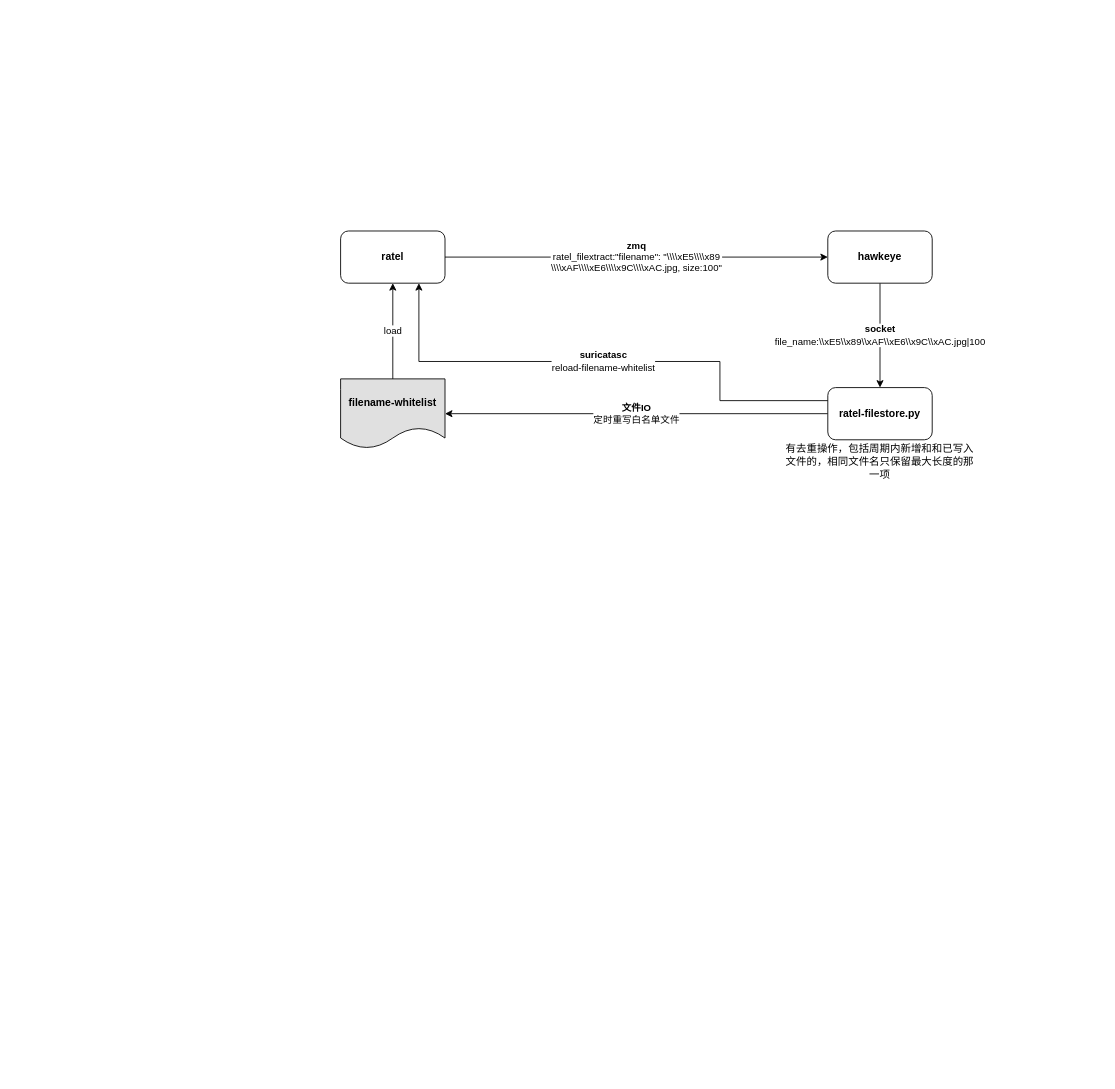
Before: 文件名白名单.drawio in HelloError92/draw.io-files, a draw.io diagram. Source tidied: cells renumbered, new cells numbered last; positions are measured from the earlier drawing's top-left corner, leaving out a move shared by most shapes. Both pictures are drawn from the tidied source at 87%, with x=0, y=0 at pixel (340, 231).
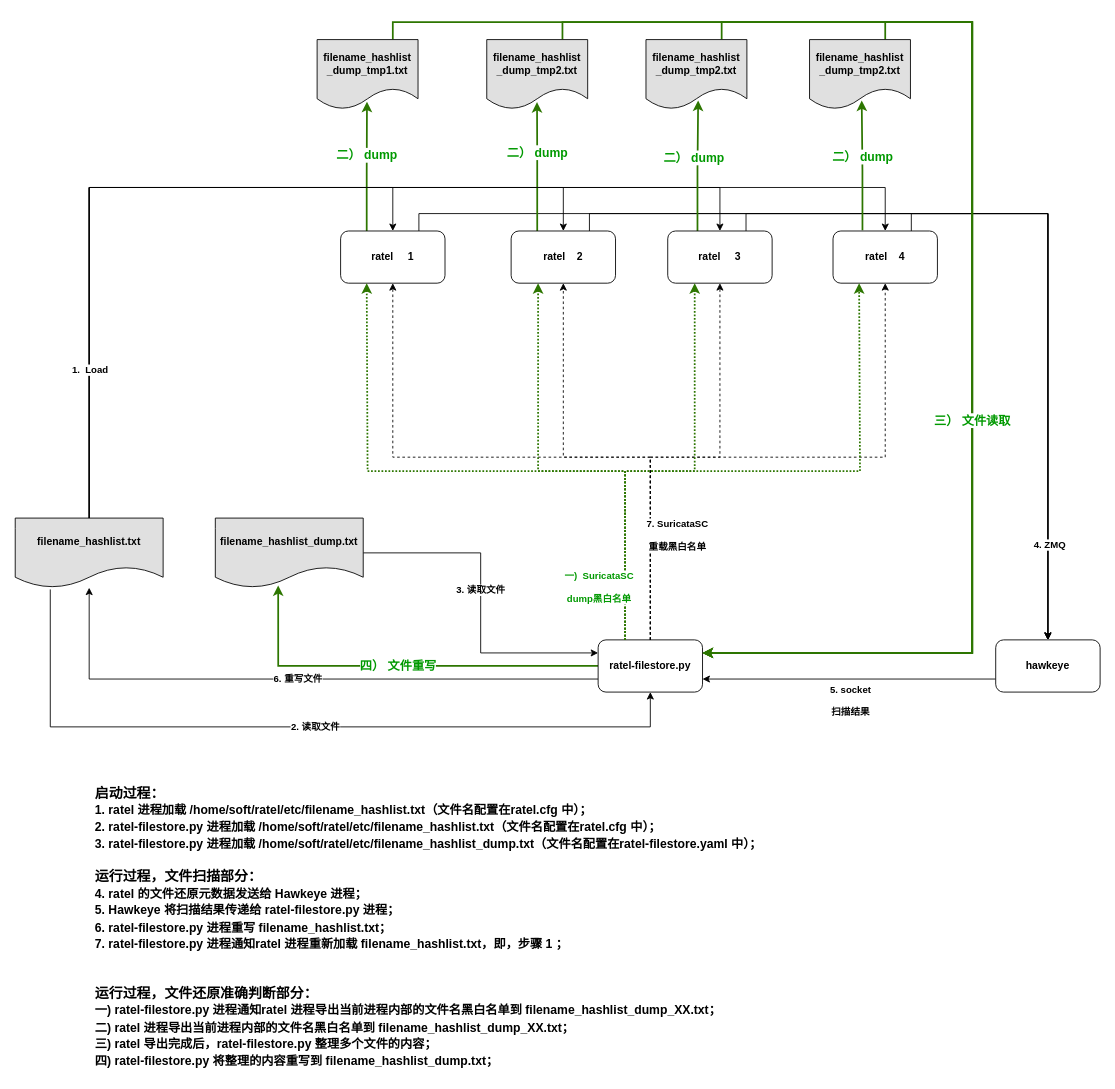
The same diagram, later.

Commit message:
文件名黑白名单：组件间处理流程

What changed in the source:
```diff
@@
+    <mxCell id="12" style="edgeStyle=orthogonalEdgeStyle;rounded=0;jettySize=auto;html=1;entryX=0.5;entryY=0;entryDx=0;entryDy=0;exitX=0.5;exitY=0;exitDx=0;exitDy=0;" parent="1" edge="1" source="3" target="24">
+      <mxGeometry relative="1" as="geometry">
+        <Array as="points">
+          <mxPoint x="-289" y="-50" />
+          <mxPoint x="436" y="-50" />
+        </Array>
+      </mxGeometry>
+    </mxCell>
+    <mxCell id="13" style="edgeStyle=orthogonalEdgeStyle;rounded=0;jettySize=auto;html=1;entryX=0.5;entryY=0;entryDx=0;entryDy=0;exitX=0.5;exitY=0;exitDx=0;exitDy=0;" parent="1" edge="1" source="3" target="29">
+      <mxGeometry relative="1" as="geometry">
+        <Array as="points">
+          <mxPoint x="-289" y="-50" />
+          <mxPoint x="626" y="-50" />
+        </Array>
+      </mxGeometry>
+    </mxCell>
+    <mxCell id="14" style="edgeStyle=orthogonalEdgeStyle;rounded=0;jettySize=auto;html=1;fontColor=#000000;strokeWidth=1;exitX=0.237;exitY=1.025;exitDx=0;exitDy=0;exitPerimeter=0;entryX=0.5;entryY=1;entryDx=0;entryDy=0;" parent="1" edge="1" source="3" target="9">
+      <mxGeometry relative="1" as="geometry">
+        <Array as="points">
+          <mxPoint x="-334" y="570" />
+          <mxPoint x="356" y="570" />
+        </Array>
+      </mxGeometry>
+    </mxCell>
+    <mxCell id="15" value="&lt;b&gt;2. 读取文件&lt;/b&gt;" style="edgeLabel;html=1;align=center;verticalAlign=middle;fontColor=#000000;" parent="14" vertex="1">
+      <mxGeometry x="0.04" y="1" relative="1" as="geometry" />
+    </mxCell>
+    <mxCell id="3" value="filename_hashlist.txt" style="shape=document;whiteSpace=wrap;html=1;boundedLbl=1;fillColor=#E0E0E0;fontStyle=1;" parent="1" vertex="1">
+      <mxGeometry x="-374" y="330" width="170" height="80" as="geometry" />
+    </mxCell>
-    <mxCell id="2" value="load" style="edgeStyle=orthogonalEdgeStyle;rounded=0;jettySize=auto;html=1;entryX=0.5;entryY=1;entryDx=0;entryDy=0;" parent="1" edge="1" source="3" target="5">
-      <mxGeometry relative="1" as="geometry" />
+    <mxCell id="2" style="edgeStyle=orthogonalEdgeStyle;rounded=0;jettySize=auto;html=1;entryX=0.5;entryY=0;entryDx=0;entryDy=0;exitX=0.5;exitY=0;exitDx=0;exitDy=0;" parent="1" edge="1" source="3" target="5">
+      <mxGeometry relative="1" as="geometry">
+        <Array as="points">
+          <mxPoint x="-289" y="-50" />
+          <mxPoint x="60" y="-50" />
+        </Array>
+      </mxGeometry>
     </mxCell>
-    <mxCell id="3" value="filename-whitelist" style="shape=document;whiteSpace=wrap;html=1;boundedLbl=1;fillColor=#E0E0E0;fontStyle=1;" parent="1" vertex="1">
-      <mxGeometry y="170" width="120" height="80" as="geometry" />
-    </mxCell>
-    <mxCell id="4" value="&lt;b&gt;zmq&lt;/b&gt;&lt;br&gt;&lt;span style=&quot;font-size: 11px&quot;&gt;ratel_filextract:&lt;/span&gt;&lt;span style=&quot;font-size: 11px&quot;&gt;&quot;filename&quot;: &quot;\\\\xE5\\\\x89&lt;br&gt;\\\\xAF\\\\xE6\\\\x9C\\\\xAC.jpg, size:100&quot;&lt;/span&gt;" style="edgeStyle=orthogonalEdgeStyle;rounded=0;jettySize=auto;html=1;entryX=0;entryY=0.5;entryDx=0;entryDy=0;" parent="1" edge="1" source="5" target="7">
-      <mxGeometry relative="1" as="geometry" />
-    </mxCell>
-    <mxCell id="5" value="ratel" style="rounded=1;whiteSpace=wrap;html=1;fontStyle=1;" parent="1" vertex="1">
-      <mxGeometry width="120" height="60" as="geometry" />
-    </mxCell>
+    <mxCell id="8" value="&lt;b&gt;6. 重写文件&lt;br&gt;&lt;/b&gt;" style="edgeStyle=orthogonalEdgeStyle;rounded=0;jettySize=auto;html=1;exitX=0;exitY=0.75;exitDx=0;exitDy=0;" parent="1" edge="1" source="9" target="3">
+      <mxGeometry relative="1" as="geometry" />
+    </mxCell>
+    <mxCell id="16" value="&lt;b&gt;四） 文件重写&lt;/b&gt;" style="edgeStyle=orthogonalEdgeStyle;rounded=0;jettySize=auto;html=1;entryX=0.425;entryY=0.967;entryDx=0;entryDy=0;entryPerimeter=0;fontSize=14;fontColor=#009900;strokeWidth=2;fillColor=#60a917;strokeColor=#2D7600;" parent="1" edge="1" source="9" target="38">
+      <mxGeometry relative="1" as="geometry" />
+    </mxCell>
+    <mxCell id="9" value="ratel-filestore.py" style="rounded=1;whiteSpace=wrap;html=1;fontStyle=1;" parent="1" vertex="1">
+      <mxGeometry x="296" y="470" width="120" height="60" as="geometry" />
+    </mxCell>
-    <mxCell id="6" value="&lt;b&gt;socket&lt;/b&gt;&lt;br&gt;file_name:\\xE5\\x89\\xAF\\xE6\\x9C\\xAC.jpg|100" style="edgeStyle=orthogonalEdgeStyle;rounded=0;jettySize=auto;html=1;" parent="1" edge="1" source="7" target="9">
-      <mxGeometry relative="1" as="geometry" />
+    <mxCell id="6" value="&lt;b&gt;5. socket&lt;br&gt;&lt;br&gt;扫描结果&lt;br&gt;&lt;/b&gt;" style="edgeStyle=orthogonalEdgeStyle;rounded=0;jettySize=auto;html=1;entryX=1;entryY=0.75;entryDx=0;entryDy=0;exitX=0;exitY=0.75;exitDx=0;exitDy=0;" parent="1" edge="1" source="7" target="9">
+      <mxGeometry x="-0.01" y="25" relative="1" as="geometry" />
     </mxCell>
     <mxCell id="7" value="hawkeye" style="rounded=1;whiteSpace=wrap;html=1;fontStyle=1;" parent="1" vertex="1">
-      <mxGeometry x="560" width="120" height="60" as="geometry" />
+      <mxGeometry x="753" y="470" width="120" height="60" as="geometry" />
     </mxCell>
-    <mxCell id="8" value="&lt;b&gt;文件IO&lt;/b&gt;&lt;br&gt;定时重写白名单文件" style="edgeStyle=orthogonalEdgeStyle;rounded=0;jettySize=auto;html=1;" parent="1" edge="1" source="9" target="3">
-      <mxGeometry relative="1" as="geometry" />
-    </mxCell>
-    <mxCell id="9" value="ratel-filestore.py" style="rounded=1;whiteSpace=wrap;html=1;fontStyle=1;" parent="1" vertex="1">
-      <mxGeometry x="560" y="180" width="120" height="60" as="geometry" />
-    </mxCell>
+    <mxCell id="4" style="edgeStyle=orthogonalEdgeStyle;rounded=0;jettySize=auto;html=1;entryX=0.5;entryY=0;entryDx=0;entryDy=0;exitX=0.75;exitY=0;exitDx=0;exitDy=0;" parent="1" edge="1" source="5" target="7">
+      <mxGeometry relative="1" as="geometry" />
+    </mxCell>
+    <mxCell id="17" value="&lt;b&gt;二） dump&lt;/b&gt;" style="edgeStyle=orthogonalEdgeStyle;rounded=0;jettySize=auto;html=1;fontSize=14;fontColor=#009900;strokeWidth=2;exitX=0.25;exitY=0;exitDx=0;exitDy=0;fillColor=#60a917;strokeColor=#2D7600;entryX=0.494;entryY=0.893;entryDx=0;entryDy=0;entryPerimeter=0;" parent="1" edge="1" source="5" target="46">
+      <mxGeometry x="0.16" relative="1" as="geometry">
+        <mxPoint y="-1" as="offset" />
+      </mxGeometry>
+    </mxCell>
+    <mxCell id="5" value="ratel&amp;nbsp; &amp;nbsp; &amp;nbsp;1" style="rounded=1;whiteSpace=wrap;html=1;fontStyle=1;" parent="1" vertex="1">
+      <mxGeometry width="120" height="60" as="geometry" />
+    </mxCell>
+    <mxCell id="18" style="edgeStyle=orthogonalEdgeStyle;rounded=0;jettySize=auto;html=1;entryX=0.5;entryY=0;entryDx=0;entryDy=0;exitX=0.75;exitY=0;exitDx=0;exitDy=0;" parent="1" edge="1" source="20" target="7">
+      <mxGeometry relative="1" as="geometry" />
+    </mxCell>
+    <mxCell id="19" value="&lt;b style=&quot;color: rgb(0 , 153 , 0) ; font-family: &amp;#34;helvetica&amp;#34; ; font-size: 14px ; font-style: normal ; letter-spacing: normal ; text-align: center ; text-indent: 0px ; text-transform: none ; word-spacing: 0px&quot;&gt;二） dump&lt;/b&gt;" style="edgeStyle=orthogonalEdgeStyle;rounded=0;jettySize=auto;html=1;entryX=0.498;entryY=0.898;entryDx=0;entryDy=0;entryPerimeter=0;fontSize=14;fontColor=#009900;strokeWidth=2;exitX=0.25;exitY=0;exitDx=0;exitDy=0;fillColor=#60a917;strokeColor=#2D7600;" parent="1" edge="1" source="20" target="48">
+      <mxGeometry x="0.21" relative="1" as="geometry">
+        <Array as="points">
+          <mxPoint x="226" y="-80" />
+          <mxPoint x="226" y="-80" />
+        </Array>
+      </mxGeometry>
+    </mxCell>
+    <mxCell id="20" value="ratel&amp;nbsp; &amp;nbsp; 2" style="rounded=1;whiteSpace=wrap;html=1;fontStyle=1;" parent="1" vertex="1">
+      <mxGeometry x="196" width="120" height="60" as="geometry" />
+    </mxCell>
+    <mxCell id="21" style="edgeStyle=orthogonalEdgeStyle;rounded=0;jettySize=auto;html=1;entryX=0.5;entryY=0;entryDx=0;entryDy=0;exitX=0.75;exitY=0;exitDx=0;exitDy=0;" parent="1" edge="1" source="24" target="7">
+      <mxGeometry relative="1" as="geometry" />
+    </mxCell>
+    <mxCell id="22" style="edgeStyle=orthogonalEdgeStyle;rounded=0;jettySize=auto;html=1;fontSize=14;fontColor=#009900;strokeWidth=2;exitX=0.285;exitY=0.013;exitDx=0;exitDy=0;exitPerimeter=0;entryX=0.517;entryY=0.875;entryDx=0;entryDy=0;entryPerimeter=0;fillColor=#60a917;strokeColor=#2D7600;" parent="1" edge="1" source="24" target="50">
+      <mxGeometry relative="1" as="geometry" />
+    </mxCell>
+    <mxCell id="23" value="&lt;b&gt;二） dump&lt;/b&gt;" style="edgeLabel;html=1;align=center;verticalAlign=middle;fontSize=14;fontColor=#009900;" parent="22" vertex="1">
+      <mxGeometry x="0.13" y="5" relative="1" as="geometry" />
+    </mxCell>
+    <mxCell id="24" value="ratel&amp;nbsp; &amp;nbsp; &amp;nbsp;3" style="rounded=1;whiteSpace=wrap;html=1;fontStyle=1;" parent="1" vertex="1">
+      <mxGeometry x="376" width="120" height="60" as="geometry" />
+    </mxCell>
+    <mxCell id="25" style="edgeStyle=orthogonalEdgeStyle;rounded=0;jettySize=auto;html=1;entryX=0.5;entryY=0;entryDx=0;entryDy=0;exitX=0.75;exitY=0;exitDx=0;exitDy=0;" parent="1" edge="1" source="29" target="7">
+      <mxGeometry relative="1" as="geometry" />
+    </mxCell>
+    <mxCell id="26" value="4. ZMQ" style="edgeLabel;html=1;align=center;verticalAlign=middle;fontStyle=1;" parent="25" vertex="1">
+      <mxGeometry x="0.67" y="1" relative="1" as="geometry" />
+    </mxCell>
+    <mxCell id="27" style="edgeStyle=orthogonalEdgeStyle;rounded=0;jettySize=auto;html=1;entryX=0.517;entryY=0.875;entryDx=0;entryDy=0;entryPerimeter=0;fontSize=14;fontColor=#009900;strokeWidth=2;exitX=0.282;exitY=-0.012;exitDx=0;exitDy=0;exitPerimeter=0;fillColor=#60a917;strokeColor=#2D7600;" parent="1" edge="1" source="29" target="52">
+      <mxGeometry relative="1" as="geometry" />
+    </mxCell>
+    <mxCell id="28" value="&lt;b&gt;二） dump&lt;/b&gt;" style="edgeLabel;html=1;align=center;verticalAlign=middle;fontSize=14;fontColor=#009900;" parent="27" vertex="1">
+      <mxGeometry x="0.15" y="-1" relative="1" as="geometry" />
+    </mxCell>
+    <mxCell id="29" value="ratel&amp;nbsp; &amp;nbsp; 4" style="rounded=1;whiteSpace=wrap;html=1;fontStyle=1;" parent="1" vertex="1">
+      <mxGeometry x="566" width="120" height="60" as="geometry" />
+    </mxCell>
+    <mxCell id="30" style="edgeStyle=orthogonalEdgeStyle;rounded=0;jettySize=auto;html=1;entryX=0.5;entryY=1;entryDx=0;entryDy=0;exitX=0.5;exitY=0;exitDx=0;exitDy=0;dashed=1;" parent="1" edge="1" source="9" target="20">
+      <mxGeometry relative="1" as="geometry">
+        <Array as="points">
+          <mxPoint x="356" y="260" />
+          <mxPoint x="256" y="260" />
+        </Array>
+      </mxGeometry>
+    </mxCell>
-    <mxCell id="10" value="&lt;b&gt;suricatasc&lt;/b&gt;&lt;br&gt;reload-filename-whitelist" style="endArrow=classic;html=1;rounded=0;exitX=0;exitY=0.25;exitDx=0;exitDy=0;entryX=0.75;entryY=1;entryDx=0;entryDy=0;edgeStyle=orthogonalEdgeStyle;" parent="1" edge="1" source="9" target="5">
+    <mxCell id="10" style="edgeStyle=orthogonalEdgeStyle;rounded=0;jettySize=auto;html=1;entryX=0.5;entryY=1;entryDx=0;entryDy=0;exitX=0.5;exitY=0;exitDx=0;exitDy=0;dashed=1;" parent="1" edge="1" source="9" target="5">
       <mxGeometry relative="1" as="geometry">
         <Array as="points">
-          <mxPoint x="436" y="195" />
-          <mxPoint x="436" y="150" />
-          <mxPoint x="90" y="150" />
+          <mxPoint x="356" y="260" />
+          <mxPoint x="60" y="260" />
         </Array>
       </mxGeometry>
     </mxCell>
-    <mxCell id="11" value="有去重操作，包括周期内新增和和已写入文件的，相同文件名只保留最大长度的那一项" style="text;html=1;strokeColor=none;fillColor=none;align=center;verticalAlign=middle;whiteSpace=wrap;rounded=0;" parent="1" vertex="1">
-      <mxGeometry x="510" y="250" width="220" height="30" as="geometry" />
-    </mxCell>
+    <mxCell id="31" style="edgeStyle=orthogonalEdgeStyle;rounded=0;jettySize=auto;html=1;entryX=0.5;entryY=1;entryDx=0;entryDy=0;dashed=1;" parent="1" edge="1" target="24">
+      <mxGeometry relative="1" as="geometry">
+        <mxPoint x="356" y="470" as="sourcePoint" />
+        <Array as="points">
+          <mxPoint x="356" y="260" />
+          <mxPoint x="436" y="260" />
+        </Array>
+      </mxGeometry>
+    </mxCell>
+    <mxCell id="32" style="edgeStyle=orthogonalEdgeStyle;rounded=0;jettySize=auto;html=1;entryX=0.5;entryY=1;entryDx=0;entryDy=0;exitX=0.5;exitY=0;exitDx=0;exitDy=0;dashed=1;" parent="1" edge="1" source="9" target="29">
+      <mxGeometry relative="1" as="geometry">
+        <Array as="points">
+          <mxPoint x="356" y="260" />
+          <mxPoint x="626" y="260" />
+        </Array>
+      </mxGeometry>
+    </mxCell>
+    <mxCell id="33" value="7. SuricataSC&lt;br&gt;&lt;br&gt;重载黑白名单" style="edgeLabel;html=1;align=center;verticalAlign=middle;fontStyle=1;" parent="32" vertex="1">
+      <mxGeometry x="-0.77" y="3" relative="1" as="geometry">
+        <mxPoint x="33" y="-43" as="offset" />
+      </mxGeometry>
+    </mxCell>
+    <mxCell id="34" style="edgeStyle=orthogonalEdgeStyle;rounded=0;jettySize=auto;html=1;entryX=0.5;entryY=0;entryDx=0;entryDy=0;exitX=0.5;exitY=0;exitDx=0;exitDy=0;" parent="1" edge="1" source="3" target="20">
+      <mxGeometry relative="1" as="geometry">
+        <Array as="points">
+          <mxPoint x="-289" y="-50" />
+          <mxPoint x="256" y="-50" />
+        </Array>
+      </mxGeometry>
+    </mxCell>
+    <mxCell id="35" value="1.&amp;nbsp; Load" style="edgeLabel;html=1;align=center;verticalAlign=middle;fontStyle=1;" parent="34" vertex="1">
+      <mxGeometry x="-0.65" relative="1" as="geometry" />
+    </mxCell>
+    <mxCell id="36" style="edgeStyle=orthogonalEdgeStyle;rounded=0;jettySize=auto;html=1;entryX=0;entryY=0.25;entryDx=0;entryDy=0;fontColor=#000000;strokeWidth=1;" parent="1" edge="1" source="38" target="9">
+      <mxGeometry relative="1" as="geometry" />
+    </mxCell>
+    <mxCell id="37" value="&lt;b&gt;3. 读取文件&lt;/b&gt;" style="edgeLabel;html=1;align=center;verticalAlign=middle;fontColor=#000000;" parent="36" vertex="1">
+      <mxGeometry x="-0.08" y="-1" relative="1" as="geometry" />
+    </mxCell>
+    <mxCell id="38" value="filename_hashlist_dump.txt" style="shape=document;whiteSpace=wrap;html=1;boundedLbl=1;fillColor=#E0E0E0;fontStyle=1;" parent="1" vertex="1">
+      <mxGeometry x="-144" y="330" width="170" height="80" as="geometry" />
+    </mxCell>
+    <mxCell id="39" style="edgeStyle=orthogonalEdgeStyle;rounded=0;jettySize=auto;html=1;entryX=0.25;entryY=1;entryDx=0;entryDy=0;dashed=1;fillColor=#60a917;strokeColor=#2D7600;dashPattern=1 1;strokeWidth=2;" parent="1" edge="1" target="5">
+      <mxGeometry relative="1" as="geometry">
+        <mxPoint x="327" y="470" as="sourcePoint" />
+        <Array as="points">
+          <mxPoint x="327" y="276" />
+          <mxPoint x="31" y="276" />
+        </Array>
+      </mxGeometry>
+    </mxCell>
+    <mxCell id="40" style="edgeStyle=orthogonalEdgeStyle;rounded=0;jettySize=auto;html=1;dashed=1;fillColor=#60a917;strokeColor=#2D7600;dashPattern=1 1;strokeWidth=2;" parent="1" edge="1" target="20">
+      <mxGeometry relative="1" as="geometry">
+        <mxPoint x="327" y="470" as="sourcePoint" />
+        <Array as="points">
+          <mxPoint x="327" y="276" />
+          <mxPoint x="227" y="276" />
+        </Array>
+      </mxGeometry>
+    </mxCell>
+    <mxCell id="41" style="edgeStyle=orthogonalEdgeStyle;rounded=0;jettySize=auto;html=1;dashed=1;fillColor=#60a917;strokeColor=#2D7600;dashPattern=1 1;strokeWidth=2;" parent="1" edge="1" target="24">
+      <mxGeometry relative="1" as="geometry">
+        <mxPoint x="327" y="470" as="sourcePoint" />
+        <Array as="points">
+          <mxPoint x="327" y="276" />
+          <mxPoint x="407" y="276" />
+        </Array>
+      </mxGeometry>
+    </mxCell>
+    <mxCell id="42" style="edgeStyle=orthogonalEdgeStyle;rounded=0;jettySize=auto;html=1;entryX=0.25;entryY=1;entryDx=0;entryDy=0;dashed=1;fillColor=#60a917;strokeColor=#2D7600;dashPattern=1 1;strokeWidth=2;" parent="1" edge="1" target="29">
+      <mxGeometry relative="1" as="geometry">
+        <mxPoint x="327" y="470" as="sourcePoint" />
+        <Array as="points">
+          <mxPoint x="327" y="276" />
+          <mxPoint x="597" y="276" />
+        </Array>
+      </mxGeometry>
+    </mxCell>
+    <mxCell id="43" value="一)&amp;nbsp; SuricataSC&lt;br&gt;&lt;br&gt;dump黑白名单" style="edgeLabel;html=1;align=center;verticalAlign=middle;fontColor=#009900;fontStyle=1;" parent="42" vertex="1">
+      <mxGeometry x="-0.77" y="3" relative="1" as="geometry">
+        <mxPoint x="-28" y="17" as="offset" />
+      </mxGeometry>
+    </mxCell>
+    <mxCell id="44" value="启动过程：&lt;br style=&quot;font-size: 16px&quot;&gt;&lt;font style=&quot;font-size: 14px&quot;&gt;1. ratel 进程加载&amp;nbsp;/home/soft/ratel/etc/filename_hashlist.txt（文件名配置在ratel.cfg 中）；&lt;br&gt;2. ratel-filestore.py 进程加载&amp;nbsp;/home/soft/ratel/etc/filename_hashlist.txt（文件名配置在ratel.cfg 中）；&lt;br&gt;3. ratel-filestore.py 进程加载&amp;nbsp;/home/soft/ratel/etc/filename_hashlist_dump.txt（文件名配置在ratel-filestore.yaml 中）；&lt;/font&gt;&lt;br&gt;&lt;br&gt;运行过程，文件扫描部分：&lt;br&gt;&lt;font style=&quot;font-size: 14px&quot;&gt;4. ratel 的文件还原元数据发送给 Hawkeye 进程；&lt;br&gt;5. Hawkeye 将扫描结果传递给&amp;nbsp;ratel-filestore.py 进程；&lt;br&gt;6.&amp;nbsp;ratel-filestore.py 进程重写 filename_hashlist.txt；&lt;br&gt;7. ratel-filestore.py 进程通知ratel 进程重新加载 filename_hashlist.txt，即，步骤 1 ；&lt;/font&gt;&lt;br&gt;&lt;br&gt;&lt;br&gt;运行过程，文件还原准确判断部分：&lt;br style=&quot;font-size: 15px&quot;&gt;&lt;span style=&quot;font-size: 14px&quot;&gt;一)&amp;nbsp;&lt;/span&gt;&lt;span style=&quot;font-size: 14px&quot;&gt;ratel-filestore.py 进程通知ratel 进程导出当前进程内部的文件名黑白名单到 filename_hashlist_dump_XX.txt；&lt;br&gt;&lt;/span&gt;&lt;font style=&quot;font-size: 14px&quot;&gt;二)&amp;nbsp;&lt;/font&gt;&lt;span style=&quot;font-size: 14px&quot;&gt;ratel 进程导出当前进程内部的文件名黑白名单到 filename_hashlist_dump_XX.txt；&lt;br&gt;&lt;/span&gt;&lt;font style=&quot;font-size: 14px&quot;&gt;三) ratel 导出完成后，ratel-filestore.py 整理多个文件的内容；&lt;br&gt;四) ratel-filestore.py 将整理的内容重写到&amp;nbsp;filename_hashlist_dump.txt；&lt;br&gt;&lt;/font&gt;" style="text;html=1;strokeColor=none;fillColor=none;align=left;verticalAlign=top;whiteSpace=wrap;rounded=0;fontColor=#000000;fontSize=16;fontStyle=1;" parent="1" vertex="1">
+      <mxGeometry x="-284" y="630" width="1094" height="340" as="geometry" />
+    </mxCell>
+    <mxCell id="45" style="edgeStyle=orthogonalEdgeStyle;rounded=0;jettySize=auto;html=1;entryX=1;entryY=0.25;entryDx=0;entryDy=0;fontSize=14;fontColor=#009900;strokeWidth=2;exitX=0.75;exitY=0;exitDx=0;exitDy=0;fillColor=#60a917;strokeColor=#2D7600;" parent="1" edge="1" source="46" target="9">
+      <mxGeometry relative="1" as="geometry">
+        <Array as="points">
+          <mxPoint x="60" y="-240" />
+          <mxPoint x="726" y="-240" />
+          <mxPoint x="726" y="485" />
+        </Array>
+      </mxGeometry>
+    </mxCell>
+    <mxCell id="46" value="filename_hashlist&lt;br&gt;_dump_tmp1.txt" style="shape=document;whiteSpace=wrap;html=1;boundedLbl=1;fillColor=#E0E0E0;fontStyle=1;" parent="1" vertex="1">
+      <mxGeometry x="-27" y="-220" width="116" height="80" as="geometry" />
+    </mxCell>
+    <mxCell id="47" style="edgeStyle=orthogonalEdgeStyle;rounded=0;jettySize=auto;html=1;entryX=1;entryY=0.25;entryDx=0;entryDy=0;fontSize=14;fontColor=#009900;strokeWidth=2;exitX=0.75;exitY=0;exitDx=0;exitDy=0;fillColor=#60a917;strokeColor=#2D7600;" parent="1" edge="1" source="48" target="9">
+      <mxGeometry relative="1" as="geometry">
+        <Array as="points">
+          <mxPoint x="255" y="-240" />
+          <mxPoint x="726" y="-240" />
+          <mxPoint x="726" y="485" />
+        </Array>
+      </mxGeometry>
+    </mxCell>
+    <mxCell id="48" value="filename_hashlist&lt;br&gt;_dump_tmp2.txt" style="shape=document;whiteSpace=wrap;html=1;boundedLbl=1;fillColor=#E0E0E0;fontStyle=1;" parent="1" vertex="1">
+      <mxGeometry x="168" y="-220" width="116" height="80" as="geometry" />
+    </mxCell>
+    <mxCell id="49" style="edgeStyle=orthogonalEdgeStyle;rounded=0;jettySize=auto;html=1;entryX=1;entryY=0.25;entryDx=0;entryDy=0;fontSize=14;fontColor=#009900;strokeWidth=2;exitX=0.75;exitY=0;exitDx=0;exitDy=0;fillColor=#60a917;strokeColor=#2D7600;" parent="1" edge="1" source="50" target="9">
+      <mxGeometry relative="1" as="geometry">
+        <Array as="points">
+          <mxPoint x="438" y="-240" />
+          <mxPoint x="726" y="-240" />
+          <mxPoint x="726" y="485" />
+        </Array>
+      </mxGeometry>
+    </mxCell>
+    <mxCell id="50" value="filename_hashlist&lt;br&gt;_dump_tmp2.txt" style="shape=document;whiteSpace=wrap;html=1;boundedLbl=1;fillColor=#E0E0E0;fontStyle=1;" parent="1" vertex="1">
+      <mxGeometry x="351" y="-220" width="116" height="80" as="geometry" />
+    </mxCell>
+    <mxCell id="51" value="&lt;b&gt;三） 文件读取&lt;/b&gt;" style="edgeStyle=orthogonalEdgeStyle;rounded=0;jettySize=auto;html=1;entryX=1;entryY=0.25;entryDx=0;entryDy=0;fontSize=14;fontColor=#009900;strokeWidth=2;exitX=0.75;exitY=0;exitDx=0;exitDy=0;fillColor=#60a917;strokeColor=#2D7600;" parent="1" edge="1" source="52" target="9">
+      <mxGeometry relative="1" as="geometry">
+        <Array as="points">
+          <mxPoint x="626" y="-240" />
+          <mxPoint x="726" y="-240" />
+          <mxPoint x="726" y="485" />
+        </Array>
+      </mxGeometry>
+    </mxCell>
+    <mxCell id="52" value="filename_hashlist&lt;br&gt;_dump_tmp2.txt" style="shape=document;whiteSpace=wrap;html=1;boundedLbl=1;fillColor=#E0E0E0;fontStyle=1;" parent="1" vertex="1">
+      <mxGeometry x="539" y="-220" width="116" height="80" as="geometry" />
+    </mxCell>
```
